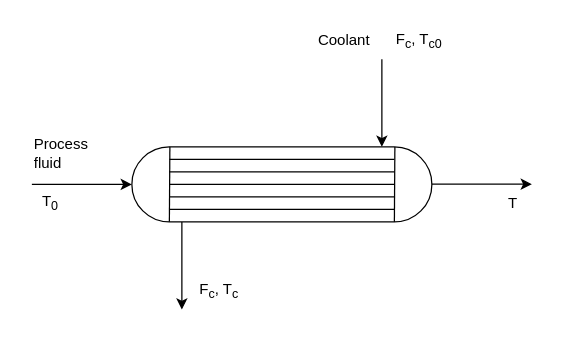
This is page "heat-exchanger" (14 of 15) of assets/images/cascade-control.drawio from rputikar/advanced-modeling-and-control, a draw.io file, before an edit. Source tidied: cells renumbered, new cells numbered last; positions are measured from the earlier drawing's top-left corner, leaving out a move shared by most shapes. Both pictures are drawn from the tidied source at 125%, with x=0, y=0 at pixel (31, 21).
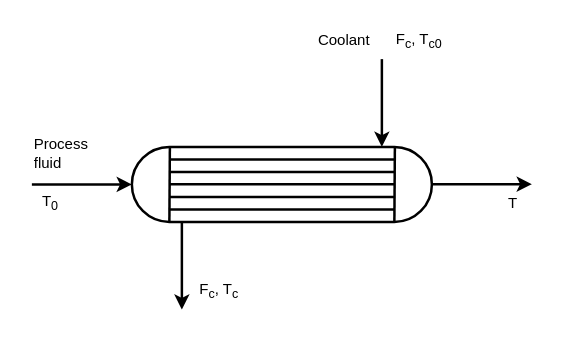
Above is the later version.

The edit, as a diff of the source:
```diff
@@
-    <mxCell id="2" style="rounded=1;whiteSpace=wrap;html=1;arcSize=50;" parent="1" vertex="1">
+    <mxCell id="2" style="rounded=1;whiteSpace=wrap;html=1;arcSize=50;strokeWidth=2;" parent="1" vertex="1">
       <mxGeometry x="80" y="100" width="240" height="60" as="geometry" />
     </mxCell>
-    <mxCell id="3" style="endArrow=none;html=1;rounded=0;exitX=0.165;exitY=0.999;exitDx=0;exitDy=0;exitPerimeter=0;" parent="1" edge="1">
+    <mxCell id="3" style="endArrow=none;html=1;rounded=0;exitX=0.165;exitY=0.999;exitDx=0;exitDy=0;exitPerimeter=0;strokeWidth=2;" parent="1" edge="1">
       <mxGeometry relative="1" as="geometry">
         <mxPoint x="110" y="159.9" as="sourcePoint" />
         <mxPoint x="110.4" y="100" as="targetPoint" />
       </mxGeometry>
     </mxCell>
-    <mxCell id="4" style="endArrow=none;html=1;rounded=0;exitX=0.165;exitY=0.999;exitDx=0;exitDy=0;exitPerimeter=0;" parent="1" edge="1">
+    <mxCell id="4" style="endArrow=none;html=1;rounded=0;exitX=0.165;exitY=0.999;exitDx=0;exitDy=0;exitPerimeter=0;strokeWidth=2;" parent="1" edge="1">
       <mxGeometry relative="1" as="geometry">
         <mxPoint x="290" y="160" as="sourcePoint" />
         <mxPoint x="290.4" y="100.1" as="targetPoint" />
       </mxGeometry>
     </mxCell>
-    <mxCell id="5" style="endArrow=none;html=1;rounded=0;" parent="1" edge="1">
+    <mxCell id="5" style="endArrow=none;html=1;rounded=0;strokeWidth=2;" parent="1" edge="1">
       <mxGeometry relative="1" as="geometry">
         <mxPoint x="110" y="110" as="sourcePoint" />
         <mxPoint x="290" y="110" as="targetPoint" />
       </mxGeometry>
     </mxCell>
-    <mxCell id="6" style="endArrow=none;html=1;rounded=0;" parent="1" edge="1">
+    <mxCell id="6" style="endArrow=none;html=1;rounded=0;strokeWidth=2;" parent="1" edge="1">
       <mxGeometry relative="1" as="geometry">
         <mxPoint x="110" y="120" as="sourcePoint" />
         <mxPoint x="290" y="120" as="targetPoint" />
       </mxGeometry>
     </mxCell>
-    <mxCell id="7" style="endArrow=none;html=1;rounded=0;" parent="1" edge="1">
+    <mxCell id="7" style="endArrow=none;html=1;rounded=0;strokeWidth=2;" parent="1" edge="1">
       <mxGeometry relative="1" as="geometry">
         <mxPoint x="110" y="129.9" as="sourcePoint" />
         <mxPoint x="290" y="129.9" as="targetPoint" />
       </mxGeometry>
     </mxCell>
-    <mxCell id="8" style="endArrow=none;html=1;rounded=0;" parent="1" edge="1">
+    <mxCell id="8" style="endArrow=none;html=1;rounded=0;strokeWidth=2;" parent="1" edge="1">
       <mxGeometry relative="1" as="geometry">
         <mxPoint x="110" y="140" as="sourcePoint" />
         <mxPoint x="290" y="140" as="targetPoint" />
       </mxGeometry>
     </mxCell>
-    <mxCell id="9" style="endArrow=none;html=1;rounded=0;" parent="1" edge="1">
+    <mxCell id="9" style="endArrow=none;html=1;rounded=0;strokeWidth=2;" parent="1" edge="1">
       <mxGeometry relative="1" as="geometry">
         <mxPoint x="110" y="150" as="sourcePoint" />
         <mxPoint x="290" y="150" as="targetPoint" />
       </mxGeometry>
     </mxCell>
-    <mxCell id="10" style="endArrow=classic;html=1;rounded=0;entryX=0;entryY=0.5;entryDx=0;entryDy=0;" parent="1" edge="1" target="2">
+    <mxCell id="10" style="endArrow=classic;html=1;rounded=0;entryX=0;entryY=0.5;entryDx=0;entryDy=0;strokeWidth=2;" parent="1" edge="1" target="2">
       <mxGeometry relative="1" as="geometry">
         <mxPoint y="130" as="sourcePoint" />
       </mxGeometry>
     </mxCell>
-    <mxCell id="11" style="endArrow=classic;html=1;rounded=0;entryX=0;entryY=0.5;entryDx=0;entryDy=0;" parent="1" edge="1">
+    <mxCell id="11" style="endArrow=classic;html=1;rounded=0;entryX=0;entryY=0.5;entryDx=0;entryDy=0;strokeWidth=2;" parent="1" edge="1">
       <mxGeometry relative="1" as="geometry">
         <mxPoint x="320" y="129.8" as="sourcePoint" />
         <mxPoint x="400" y="129.8" as="targetPoint" />
       </mxGeometry>
     </mxCell>
-    <mxCell id="12" style="endArrow=classic;html=1;rounded=0;" parent="1" edge="1">
+    <mxCell id="12" style="endArrow=classic;html=1;rounded=0;strokeWidth=2;" parent="1" edge="1">
       <mxGeometry relative="1" as="geometry">
         <mxPoint x="280" y="29.8" as="sourcePoint" />
         <mxPoint x="280" y="100" as="targetPoint" />
       </mxGeometry>
     </mxCell>
-    <mxCell id="13" style="endArrow=classic;html=1;rounded=0;" parent="1" edge="1">
+    <mxCell id="13" style="endArrow=classic;html=1;rounded=0;strokeWidth=2;" parent="1" edge="1">
       <mxGeometry relative="1" as="geometry">
         <mxPoint x="120" y="160" as="sourcePoint" />
         <mxPoint x="120" y="230.2" as="targetPoint" />
       </mxGeometry>
     </mxCell>
-    <mxCell id="14" value="Process&lt;br&gt;fluid" style="text;strokeColor=none;align=left;fillColor=none;html=1;verticalAlign=middle;whiteSpace=wrap;rounded=0;" parent="1" vertex="1">
+    <mxCell id="14" value="Process&lt;br&gt;fluid" style="text;strokeColor=none;align=left;fillColor=none;html=1;verticalAlign=middle;whiteSpace=wrap;rounded=0;strokeWidth=2;" parent="1" vertex="1">
       <mxGeometry y="90" width="60" height="30" as="geometry" />
     </mxCell>
-    <mxCell id="15" value="Coolant" style="text;strokeColor=none;align=center;fillColor=none;html=1;verticalAlign=middle;whiteSpace=wrap;rounded=0;" parent="1" vertex="1">
+    <mxCell id="15" value="Coolant" style="text;strokeColor=none;align=center;fillColor=none;html=1;verticalAlign=middle;whiteSpace=wrap;rounded=0;strokeWidth=2;" parent="1" vertex="1">
       <mxGeometry x="220" width="60" height="30" as="geometry" />
     </mxCell>
-    <mxCell id="16" value="T&lt;sub&gt;0&lt;/sub&gt;" style="text;strokeColor=none;align=center;fillColor=none;html=1;verticalAlign=middle;whiteSpace=wrap;rounded=0;" parent="1" vertex="1">
+    <mxCell id="16" value="T&lt;sub&gt;0&lt;/sub&gt;" style="text;strokeColor=none;align=center;fillColor=none;html=1;verticalAlign=middle;whiteSpace=wrap;rounded=0;strokeWidth=2;" parent="1" vertex="1">
       <mxGeometry y="130" width="30" height="30" as="geometry" />
     </mxCell>
-    <mxCell id="17" value="T" style="text;strokeColor=none;align=center;fillColor=none;html=1;verticalAlign=middle;whiteSpace=wrap;rounded=0;" parent="1" vertex="1">
+    <mxCell id="17" value="T" style="text;strokeColor=none;align=center;fillColor=none;html=1;verticalAlign=middle;whiteSpace=wrap;rounded=0;strokeWidth=2;" parent="1" vertex="1">
       <mxGeometry x="370" y="130" width="30" height="30" as="geometry" />
     </mxCell>
-    <mxCell id="18" value="F&lt;sub&gt;c&lt;/sub&gt;, T&lt;sub&gt;c&lt;/sub&gt;" style="text;strokeColor=none;align=center;fillColor=none;html=1;verticalAlign=middle;whiteSpace=wrap;rounded=0;" parent="1" vertex="1">
+    <mxCell id="18" value="F&lt;sub&gt;c&lt;/sub&gt;, T&lt;sub&gt;c&lt;/sub&gt;" style="text;strokeColor=none;align=center;fillColor=none;html=1;verticalAlign=middle;whiteSpace=wrap;rounded=0;strokeWidth=2;" parent="1" vertex="1">
       <mxGeometry x="130" y="200" width="40" height="30" as="geometry" />
     </mxCell>
-    <mxCell id="19" value="F&lt;sub&gt;c&lt;/sub&gt;, T&lt;sub&gt;c0&lt;/sub&gt;" style="text;strokeColor=none;align=center;fillColor=none;html=1;verticalAlign=middle;whiteSpace=wrap;rounded=0;" parent="1" vertex="1">
+    <mxCell id="19" value="F&lt;sub&gt;c&lt;/sub&gt;, T&lt;sub&gt;c0&lt;/sub&gt;" style="text;strokeColor=none;align=center;fillColor=none;html=1;verticalAlign=middle;whiteSpace=wrap;rounded=0;strokeWidth=2;" parent="1" vertex="1">
       <mxGeometry x="290" width="40" height="30" as="geometry" />
     </mxCell>
```
